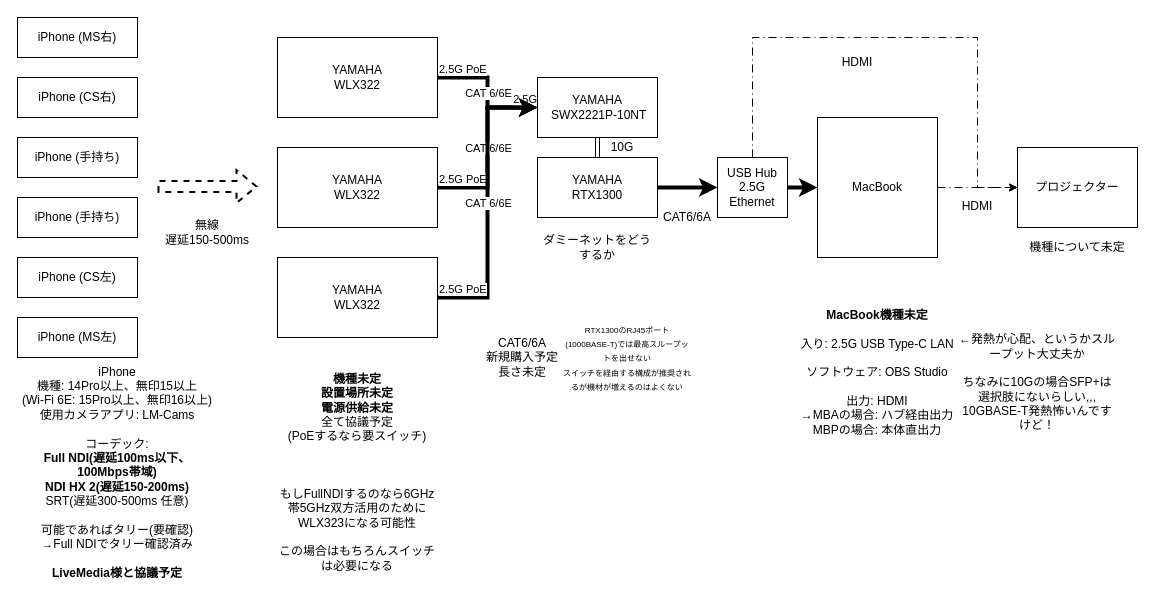
Above: IS祭NW構成図.drawio in mizoyuzu/IS-network (draw.io), before the change. Source tidied: cells renumbered, new cells numbered last; positions are measured from the earlier drawing's top-left corner, leaving out a move shared by most shapes. Both pictures are drawn from the tidied source at 100%, with x=0, y=0 at pixel (17, 17).
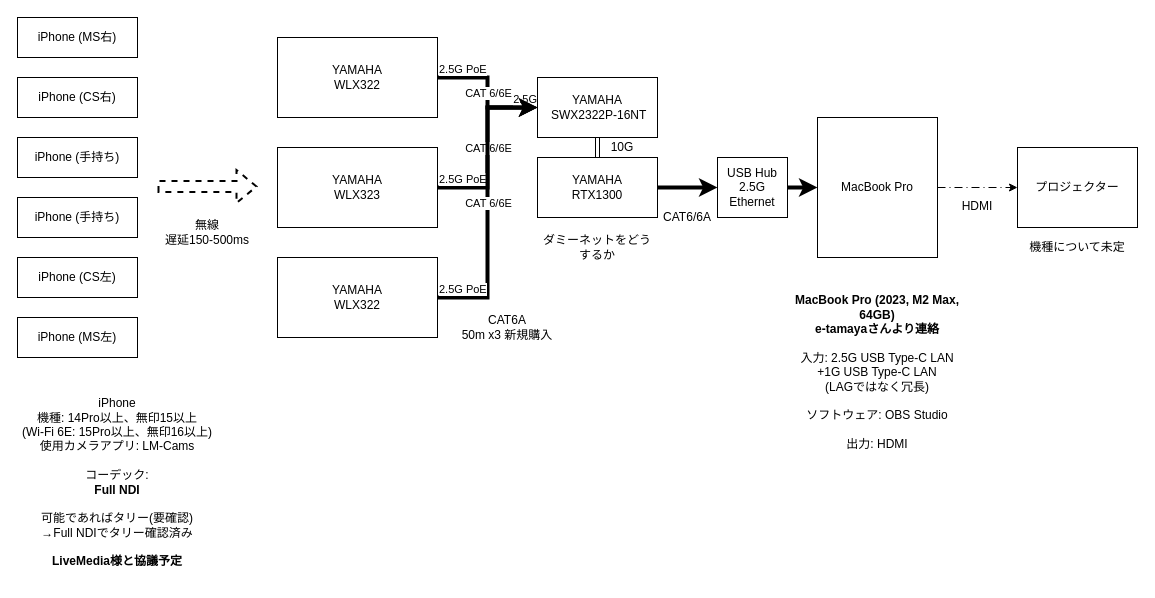
The same page after the edit.

Commit message:
IS祭NW構成図.drawio を更新

Unchanged cells that the change refers to:
```xml
<mxCell id="22" value="&lt;div&gt;USB Hub&lt;/div&gt;&lt;div&gt;2.5G Ethernet&lt;/div&gt;" style="rounded=0;whiteSpace=wrap;html=1;" parent="1" vertex="1">
  <mxGeometry x="700" y="140" width="70" height="60" as="geometry" />
</mxCell>
<mxCell id="25" value="プロジェクター" style="whiteSpace=wrap;html=1;rounded=0;" parent="1" vertex="1">
  <mxGeometry x="1000" y="130" width="120" height="80" as="geometry" />
</mxCell>
```

The edit, as a diff of the source:
```diff
@@
-    <mxCell id="8" value="&lt;div&gt;iPhone&lt;/div&gt;&lt;div&gt;機種: 14Pro以上、無印15以上&lt;/div&gt;&lt;div&gt;(Wi-Fi 6E: 15Pro以上、無印16以上)&lt;/div&gt;&lt;div&gt;使用カメラアプリ: LM-Cams&lt;/div&gt;&lt;div&gt;&lt;br&gt;&lt;/div&gt;&lt;div&gt;コーデック:&lt;/div&gt;&lt;div&gt;&lt;b&gt;Full NDI(遅延100ms以下、100Mbps帯域)&lt;/b&gt;&lt;/div&gt;&lt;div&gt;&lt;b&gt;NDI HX 2(遅延150-200ms)&lt;/b&gt;&lt;/div&gt;&lt;div&gt;SRT(遅延300-500ms 任意)&lt;/div&gt;&lt;div&gt;&lt;br&gt;&lt;/div&gt;&lt;div&gt;可能であればタリー(要確認)&lt;/div&gt;&lt;div&gt;→Full NDIでタリー確認済み&lt;/div&gt;&lt;div&gt;&lt;br&gt;&lt;/div&gt;&lt;div&gt;&lt;b&gt;LiveMedia様と協議予定&lt;/b&gt;&lt;/div&gt;" style="text;html=1;whiteSpace=wrap;strokeColor=none;fillColor=none;align=center;verticalAlign=middle;rounded=0;" parent="1" vertex="1">
-      <mxGeometry y="360" width="200" height="190" as="geometry" />
+    <mxCell id="8" value="&lt;div&gt;iPhone&lt;/div&gt;&lt;div&gt;機種: 14Pro以上、無印15以上&lt;/div&gt;&lt;div&gt;(Wi-Fi 6E: 15Pro以上、無印16以上)&lt;/div&gt;&lt;div&gt;使用カメラアプリ: LM-Cams&lt;/div&gt;&lt;div&gt;&lt;br&gt;&lt;/div&gt;&lt;div&gt;コーデック:&lt;/div&gt;&lt;div&gt;&lt;b&gt;Full NDI&lt;/b&gt;&lt;/div&gt;&lt;div&gt;&lt;br&gt;&lt;/div&gt;&lt;div&gt;可能であればタリー(要確認)&lt;/div&gt;&lt;div&gt;→Full NDIでタリー確認済み&lt;/div&gt;&lt;div&gt;&lt;br&gt;&lt;/div&gt;&lt;div&gt;&lt;b&gt;LiveMedia様と協議予定&lt;/b&gt;&lt;/div&gt;" style="text;html=1;whiteSpace=wrap;strokeColor=none;fillColor=none;align=center;verticalAlign=middle;rounded=0;" parent="1" vertex="1">
+      <mxGeometry y="370" width="200" height="190" as="geometry" />
     </mxCell>
@@
-    <mxCell id="12" value="&lt;div&gt;YAMAHA&lt;/div&gt;&lt;div&gt;WLX322&lt;/div&gt;" style="rounded=0;whiteSpace=wrap;html=1;" parent="1" vertex="1">
+    <mxCell id="12" value="&lt;div&gt;YAMAHA&lt;/div&gt;&lt;div&gt;WLX323&lt;/div&gt;" style="rounded=0;whiteSpace=wrap;html=1;" parent="1" vertex="1">
       <mxGeometry x="260" y="130" width="160" height="80" as="geometry" />
     </mxCell>
@@
-    <mxCell id="14" value="&lt;div&gt;&lt;b&gt;機種未定&lt;/b&gt;&lt;/div&gt;&lt;div&gt;&lt;b&gt;設置場所未定&lt;/b&gt;&lt;/div&gt;&lt;div&gt;&lt;b&gt;電源供給未定&lt;/b&gt;&lt;br&gt;全て協議予定&lt;/div&gt;&lt;div&gt;(PoEするなら要スイッチ)&lt;/div&gt;&lt;div&gt;&lt;br&gt;&lt;/div&gt;&lt;div&gt;&lt;br&gt;&lt;/div&gt;&lt;div&gt;&lt;br&gt;&lt;/div&gt;&lt;div&gt;もしFullNDIするのなら6GHz帯5GHz双方活用のためにWLX323になる可能性&lt;/div&gt;&lt;div&gt;&lt;br&gt;&lt;/div&gt;&lt;div&gt;この場合はもちろんスイッチは必要になる&lt;/div&gt;" style="text;html=1;whiteSpace=wrap;strokeColor=none;fillColor=none;align=center;verticalAlign=middle;rounded=0;" parent="1" vertex="1">
-      <mxGeometry x="260" y="350" width="160" height="210" as="geometry" />
-    </mxCell>
@@
-    <mxCell id="17" value="&lt;div&gt;CAT6/6A&lt;/div&gt;&lt;div&gt;新規購入予定&lt;/div&gt;&lt;div&gt;長さ未定&lt;/div&gt;" style="text;html=1;whiteSpace=wrap;strokeColor=none;fillColor=none;align=center;verticalAlign=middle;rounded=0;" parent="1" vertex="1">
-      <mxGeometry x="450" y="290" width="110" height="100" as="geometry" />
+    <mxCell id="17" value="&lt;div&gt;CAT6A&lt;/div&gt;&lt;div&gt;50m x3 新規購入&lt;/div&gt;" style="text;html=1;whiteSpace=wrap;strokeColor=none;fillColor=none;align=center;verticalAlign=middle;rounded=0;" parent="1" vertex="1">
+      <mxGeometry x="435" y="290" width="110" height="40" as="geometry" />
     </mxCell>
@@
-    <mxCell id="19" value="MacBook" style="whiteSpace=wrap;html=1;rounded=0;" parent="1" vertex="1">
+    <mxCell id="19" value="MacBook Pro" style="whiteSpace=wrap;html=1;rounded=0;" parent="1" vertex="1">
       <mxGeometry x="800" y="100" width="120" height="140" as="geometry" />
     </mxCell>
@@
-    <mxCell id="21" style="edgeStyle=orthogonalEdgeStyle;rounded=0;jettySize=auto;html=1;entryX=0;entryY=0.5;entryDx=0;entryDy=0;dashed=1;dashPattern=8 4 1 4;" parent="1" edge="1" source="22" target="25">
-      <mxGeometry relative="1" as="geometry">
-        <Array as="points">
-          <mxPoint x="735" y="20" />
-          <mxPoint x="960" y="20" />
-          <mxPoint x="960" y="170" />
-        </Array>
-      </mxGeometry>
-    </mxCell>
@@
-    <mxCell id="23" value="&lt;div&gt;&lt;b&gt;MacBook機種未定&lt;/b&gt;&lt;/div&gt;&lt;div&gt;&lt;br&gt;&lt;/div&gt;&lt;div&gt;入り: 2.5G USB Type-C LAN&lt;/div&gt;&lt;div&gt;&lt;br&gt;&lt;/div&gt;&lt;div&gt;ソフトウェア: OBS Studio&lt;/div&gt;&lt;div&gt;&lt;br&gt;&lt;/div&gt;&lt;div&gt;出力: HDMI&lt;/div&gt;&lt;div&gt;→MBAの場合: ハブ経由出力&lt;/div&gt;&lt;div&gt;MBPの場合: 本体直出力&lt;/div&gt;" style="text;html=1;whiteSpace=wrap;strokeColor=none;fillColor=none;align=center;verticalAlign=middle;rounded=0;" parent="1" vertex="1">
+    <mxCell id="23" value="&lt;div&gt;&lt;b&gt;MacBook Pro (2023, M2 Max, 64GB)&lt;br&gt;e-tamayaさんより連絡&lt;/b&gt;&lt;/div&gt;&lt;div&gt;&lt;br&gt;&lt;/div&gt;&lt;div&gt;入力: 2.5G USB Type-C LAN&lt;br&gt;+1G USB Type-C LAN&lt;br&gt;(LAGではなく冗長)&lt;/div&gt;&lt;div&gt;&lt;br&gt;&lt;/div&gt;&lt;div&gt;ソフトウェア: OBS Studio&lt;/div&gt;&lt;div&gt;&lt;br&gt;&lt;/div&gt;&lt;div&gt;出力: HDMI&lt;/div&gt;" style="text;html=1;whiteSpace=wrap;strokeColor=none;fillColor=none;align=center;verticalAlign=middle;rounded=0;" parent="1" vertex="1">
       <mxGeometry x="760" y="260" width="200" height="190" as="geometry" />
     </mxCell>
@@
-    <mxCell id="28" value="HDMI" style="text;html=1;whiteSpace=wrap;strokeColor=none;fillColor=none;align=center;verticalAlign=middle;rounded=0;" parent="1" vertex="1">
-      <mxGeometry x="810" y="30" width="60" height="30" as="geometry" />
-    </mxCell>
-    <mxCell id="29" value="&lt;div&gt;←発熱が心配、というかスループット大丈夫か&lt;/div&gt;&lt;div&gt;&lt;br&gt;&lt;/div&gt;&lt;div&gt;ちなみに10Gの場合SFP+は選択肢にないらしい,,,&lt;br&gt;10GBASE-T発熱怖いんですけど！&lt;/div&gt;" style="text;html=1;whiteSpace=wrap;strokeColor=none;fillColor=none;align=center;verticalAlign=middle;rounded=0;" parent="1" vertex="1">
-      <mxGeometry x="940" y="300" width="160" height="130" as="geometry" />
-    </mxCell>
-    <mxCell id="30" value="&lt;div&gt;&lt;font style=&quot;font-size: 8px;&quot;&gt;RTX1300のRJ45ポート(1000BASE-T)では最高スループットを出せない&lt;/font&gt;&lt;/div&gt;&lt;div&gt;&lt;font style=&quot;font-size: 8px;&quot;&gt;スイッチを経由する構成が推奨されるが機材が増えるのはよくない&lt;/font&gt;&lt;/div&gt;" style="text;html=1;whiteSpace=wrap;strokeColor=none;fillColor=none;align=center;verticalAlign=middle;rounded=0;" parent="1" vertex="1">
-      <mxGeometry x="545" y="280" width="130" height="120" as="geometry" />
-    </mxCell>
@@
-    <mxCell id="32" value="&lt;div&gt;YAMAHA&lt;/div&gt;&lt;div&gt;&amp;nbsp;SWX2221P-10NT&lt;/div&gt;" style="whiteSpace=wrap;html=1;" parent="1" vertex="1">
+    <mxCell id="32" value="&lt;div&gt;YAMAHA&lt;/div&gt;&lt;div&gt;&amp;nbsp;SWX2322P-16NT&lt;/div&gt;" style="whiteSpace=wrap;html=1;" parent="1" vertex="1">
       <mxGeometry x="520" y="60" width="120" height="60" as="geometry" />
     </mxCell>
```
